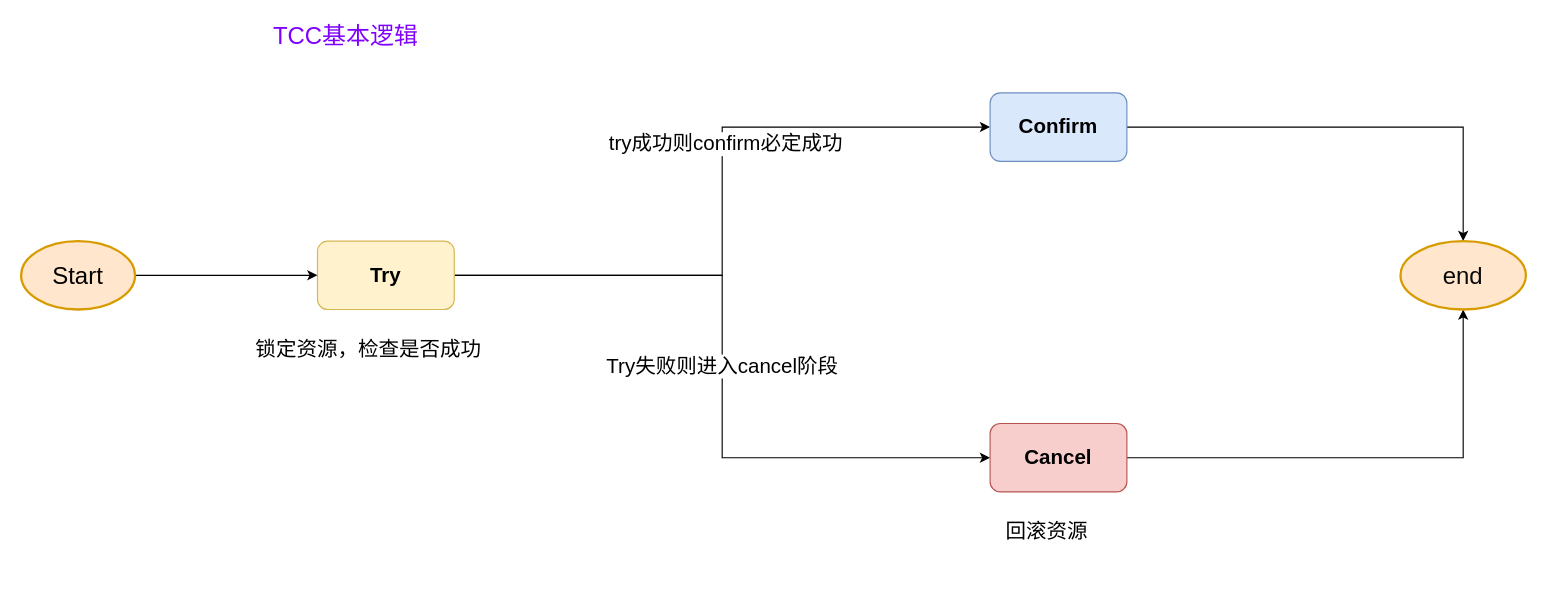
cjaack2/Images_Repository keeps this draw.io diagram as TCC logic.drawio. Above is the earlier version. Source tidied: cells renumbered, new cells numbered last; positions are measured from the earlier drawing's top-left corner, leaving out a move shared by most shapes. Both pictures are drawn from the tidied source at 114%, with x=0, y=0 at pixel (21, 24).
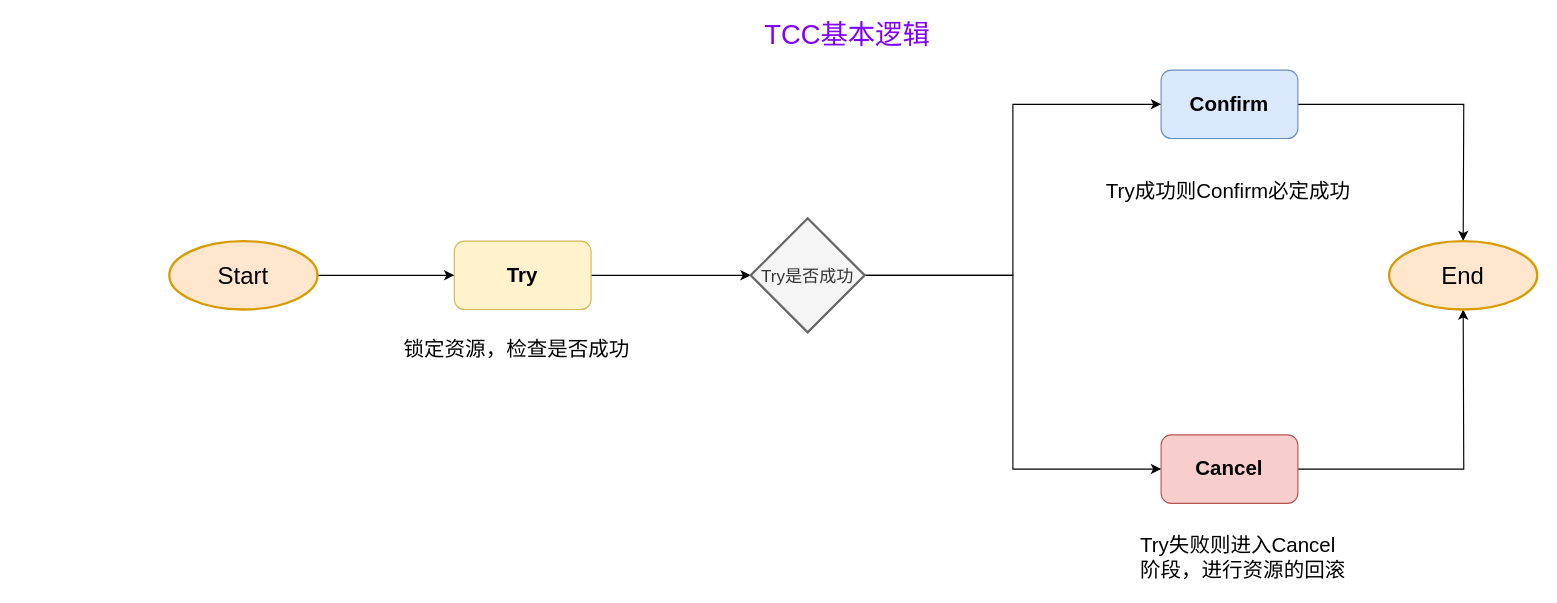
The same diagram, later.

What changed in the source:
```diff
@@
 <mxGraphModel>
   <root>
     <mxCell id="0" />
     <mxCell id="1" parent="0" />
-    <mxCell id="2" style="edgeStyle=orthogonalEdgeStyle;rounded=0;jettySize=auto;html=1;entryX=0;entryY=0.5;entryDx=0;entryDy=0;fontSize=18;" parent="1" edge="1" source="5" target="9">
-      <mxGeometry relative="1" as="geometry" />
-    </mxCell>
-    <mxCell id="3" value="try成功则confirm必定成功" style="edgeLabel;html=1;align=center;verticalAlign=middle;fontSize=18;" parent="2" vertex="1">
-      <mxGeometry x="0.17" y="-2" relative="1" as="geometry" />
-    </mxCell>
-    <mxCell id="4" value="Try失败则进入cancel阶段" style="edgeStyle=orthogonalEdgeStyle;rounded=0;jettySize=auto;html=1;entryX=0;entryY=0.5;entryDx=0;entryDy=0;fontSize=18;" parent="1" edge="1" source="5" target="7">
-      <mxGeometry relative="1" as="geometry" />
-    </mxCell>
+    <mxCell id="16" style="edgeStyle=orthogonalEdgeStyle;rounded=0;jettySize=auto;html=1;exitX=1;exitY=0.5;exitDx=0;exitDy=0;entryX=0;entryY=0.5;entryDx=0;entryDy=0;entryPerimeter=0;fontSize=15;fontColor=#7F00FF;" parent="1" edge="1" source="5" target="19">
+      <mxGeometry relative="1" as="geometry" />
+    </mxCell>
     <mxCell id="5" value="Try" style="rounded=1;whiteSpace=wrap;html=1;fontSize=18;fontStyle=1;fillColor=#fff2cc;strokeColor=#d6b656;" parent="1" vertex="1">
-      <mxGeometry x="260" y="190" width="120" height="60" as="geometry" />
+      <mxGeometry x="380" y="190" width="120" height="60" as="geometry" />
     </mxCell>
-    <mxCell id="6" style="edgeStyle=orthogonalEdgeStyle;rounded=0;jettySize=auto;html=1;entryX=0.5;entryY=1;entryDx=0;entryDy=0;entryPerimeter=0;fontSize=21;fontColor=#7F00FF;" parent="1" edge="1" source="7" target="15">
-      <mxGeometry relative="1" as="geometry" />
+    <mxCell id="6" style="edgeStyle=orthogonalEdgeStyle;rounded=0;jettySize=auto;html=1;entryX=0.5;entryY=1;entryDx=0;entryDy=0;entryPerimeter=0;fontSize=21;fontColor=#7F00FF;" parent="1" edge="1" source="7">
+      <mxGeometry relative="1" as="geometry">
+        <mxPoint x="1265" y="250" as="targetPoint" />
+      </mxGeometry>
     </mxCell>
     <mxCell id="7" value="Cancel" style="rounded=1;whiteSpace=wrap;html=1;fontSize=18;fontStyle=1;fillColor=#f8cecc;strokeColor=#b85450;" parent="1" vertex="1">
-      <mxGeometry x="850" y="350" width="120" height="60" as="geometry" />
+      <mxGeometry x="1000" y="360" width="120" height="60" as="geometry" />
     </mxCell>
-    <mxCell id="8" style="edgeStyle=orthogonalEdgeStyle;rounded=0;jettySize=auto;html=1;entryX=0.5;entryY=0;entryDx=0;entryDy=0;entryPerimeter=0;fontSize=21;fontColor=#7F00FF;" parent="1" edge="1" source="9" target="15">
-      <mxGeometry relative="1" as="geometry" />
+    <mxCell id="8" style="edgeStyle=orthogonalEdgeStyle;rounded=0;jettySize=auto;html=1;entryX=0.5;entryY=0;entryDx=0;entryDy=0;entryPerimeter=0;fontSize=21;fontColor=#7F00FF;" parent="1" edge="1" source="9">
+      <mxGeometry relative="1" as="geometry">
+        <mxPoint x="1265" y="190" as="targetPoint" />
+      </mxGeometry>
     </mxCell>
     <mxCell id="9" value="Confirm" style="rounded=1;whiteSpace=wrap;html=1;fontSize=18;fontStyle=1;fillColor=#dae8fc;strokeColor=#6c8ebf;" parent="1" vertex="1">
-      <mxGeometry x="850" y="60" width="120" height="60" as="geometry" />
+      <mxGeometry x="1000" y="40" width="120" height="60" as="geometry" />
     </mxCell>
     <mxCell id="10" value="&lt;span style=&quot;background-color: rgb(255 , 255 , 255)&quot;&gt;锁定资源，检查是否成功&lt;/span&gt;" style="text;html=1;strokeColor=none;fillColor=none;align=center;verticalAlign=middle;whiteSpace=wrap;rounded=0;fontSize=18;" parent="1" vertex="1">
-      <mxGeometry x="140" y="270" width="330" height="30" as="geometry" />
+      <mxGeometry x="270" y="270" width="330" height="30" as="geometry" />
     </mxCell>
-    <mxCell id="11" value="TCC基本逻辑" style="text;html=1;strokeColor=none;fillColor=none;align=center;verticalAlign=middle;whiteSpace=wrap;rounded=0;fontSize=21;fontColor=#7F00FF;" parent="1" vertex="1">
-      <mxGeometry x="200" width="170" height="20" as="geometry" />
+    <mxCell id="11" value="TCC基本逻辑" style="text;html=1;strokeColor=none;fillColor=none;align=center;verticalAlign=middle;whiteSpace=wrap;rounded=0;fontSize=24;fontColor=#7F00FF;" parent="1" vertex="1">
+      <mxGeometry x="640" width="170" height="20" as="geometry" />
     </mxCell>
-    <mxCell id="12" value="回滚资源" style="text;html=1;strokeColor=none;fillColor=none;align=center;verticalAlign=middle;whiteSpace=wrap;rounded=0;fontSize=18;" parent="1" vertex="1">
-      <mxGeometry x="830" y="430" width="140" height="30" as="geometry" />
-    </mxCell>
     <mxCell id="13" style="edgeStyle=orthogonalEdgeStyle;rounded=0;jettySize=auto;html=1;entryX=0;entryY=0.5;entryDx=0;entryDy=0;fontSize=21;fontColor=#7F00FF;" parent="1" edge="1" source="14" target="5">
       <mxGeometry relative="1" as="geometry" />
     </mxCell>
     <mxCell id="14" value="&lt;font color=&quot;#000000&quot;&gt;Start&lt;/font&gt;" style="strokeWidth=2;html=1;shape=mxgraph.flowchart.start_1;whiteSpace=wrap;fontSize=21;fillColor=#ffe6cc;strokeColor=#d79b00;" parent="1" vertex="1">
-      <mxGeometry y="190" width="100" height="60" as="geometry" />
+      <mxGeometry x="130" y="190" width="130" height="60" as="geometry" />
     </mxCell>
-    <mxCell id="15" value="&lt;font color=&quot;#0a0a0a&quot;&gt;end&lt;/font&gt;" style="strokeWidth=2;html=1;shape=mxgraph.flowchart.start_1;whiteSpace=wrap;fontSize=21;fillColor=#ffe6cc;strokeColor=#d79b00;" parent="1" vertex="1">
-      <mxGeometry x="1210" y="190" width="110" height="60" as="geometry" />
-    </mxCell>
+    <mxCell id="17" style="edgeStyle=orthogonalEdgeStyle;rounded=0;jettySize=auto;html=1;entryX=0;entryY=0.5;entryDx=0;entryDy=0;fontSize=15;fontColor=#7F00FF;" parent="1" edge="1" source="19" target="9">
+      <mxGeometry relative="1" as="geometry" />
+    </mxCell>
+    <mxCell id="18" style="edgeStyle=orthogonalEdgeStyle;rounded=0;jettySize=auto;html=1;exitX=1;exitY=0.5;exitDx=0;exitDy=0;exitPerimeter=0;entryX=0;entryY=0.5;entryDx=0;entryDy=0;fontSize=15;fontColor=#7F00FF;" parent="1" edge="1" source="19" target="7">
+      <mxGeometry relative="1" as="geometry" />
+    </mxCell>
+    <mxCell id="19" value="Try是否成功" style="strokeWidth=2;html=1;shape=mxgraph.flowchart.decision;whiteSpace=wrap;fontSize=15;fontColor=#333333;fillColor=#f5f5f5;strokeColor=#666666;" parent="1" vertex="1">
+      <mxGeometry x="640" y="170" width="100" height="100" as="geometry" />
+    </mxCell>
+    <mxCell id="20" value="&lt;span style=&quot;color: rgb(0 , 0 , 0) ; font-family: &amp;#34;helvetica&amp;#34; ; font-size: 18px ; font-style: normal ; font-weight: 400 ; letter-spacing: normal ; text-align: center ; text-indent: 0px ; text-transform: none ; word-spacing: 0px ; background-color: rgb(255 , 255 , 255) ; display: inline ; float: none&quot;&gt;Try成功则Confirm必定成功&lt;/span&gt;" style="text;whiteSpace=wrap;html=1;fontSize=15;fontColor=#7F00FF;" parent="1" vertex="1">
+      <mxGeometry x="950" y="130" width="230" height="30" as="geometry" />
+    </mxCell>
+    <mxCell id="21" value="&lt;span style=&quot;color: rgb(0 , 0 , 0) ; font-family: &amp;#34;helvetica&amp;#34; ; font-size: 18px ; font-style: normal ; font-weight: 400 ; letter-spacing: normal ; text-align: center ; text-indent: 0px ; text-transform: none ; word-spacing: 0px ; background-color: rgb(255 , 255 , 255) ; display: inline ; float: none&quot;&gt;Try失败则进入Cancel阶段，进行资源的回滚&lt;/span&gt;" style="text;whiteSpace=wrap;html=1;fontSize=15;fontColor=#7F00FF;" parent="1" vertex="1">
+      <mxGeometry x="980" y="440" width="190" height="30" as="geometry" />
+    </mxCell>
+    <mxCell id="22" value="&lt;font color=&quot;#000000&quot;&gt;End&lt;/font&gt;" style="strokeWidth=2;html=1;shape=mxgraph.flowchart.start_1;whiteSpace=wrap;fontSize=21;fillColor=#ffe6cc;strokeColor=#d79b00;" parent="1" vertex="1">
+      <mxGeometry x="1200" y="190" width="130" height="60" as="geometry" />
+    </mxCell>
   </root>
 </mxGraphModel>
```
